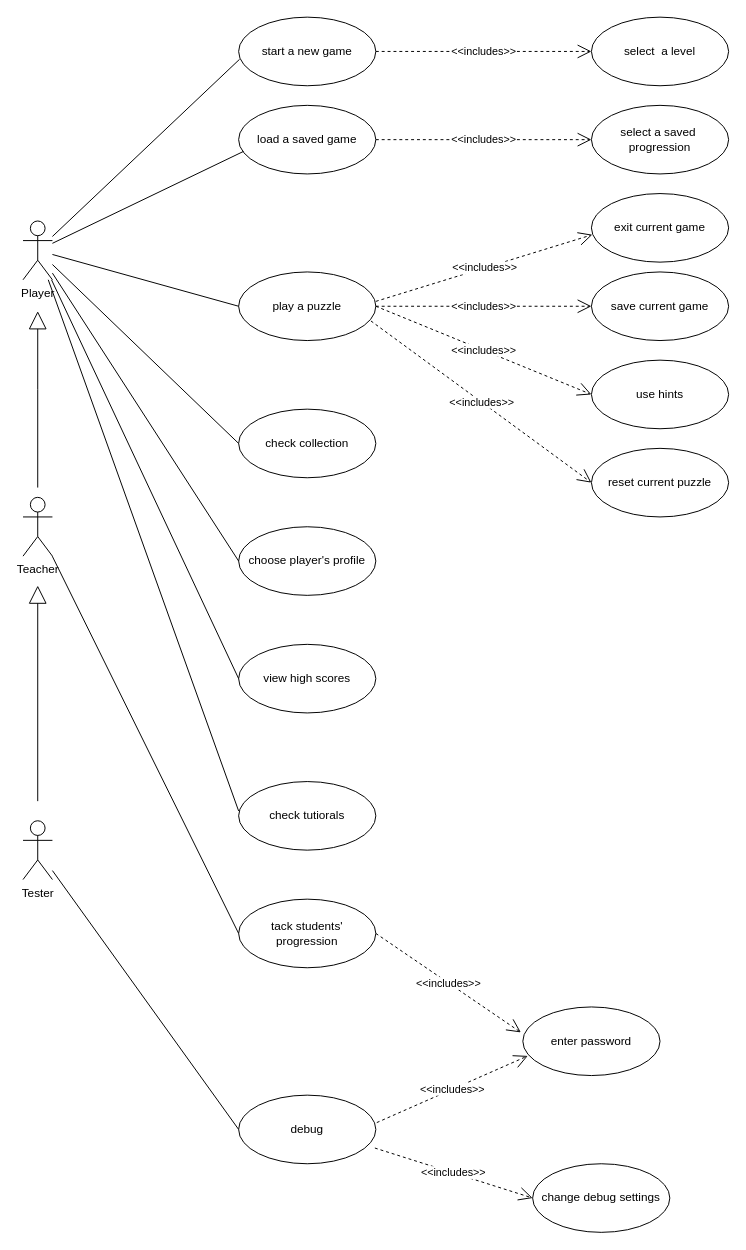
maxinimize/uml keeps this draw.io diagram as 未命名绘图.drawio. Above is the earlier version. Source tidied: cells renumbered, new cells numbered last; positions are measured from the earlier drawing's top-left corner, leaving out a move shared by most shapes. Both pictures are drawn from the tidied source at 98%, with x=0, y=0 at pixel (23, 17).
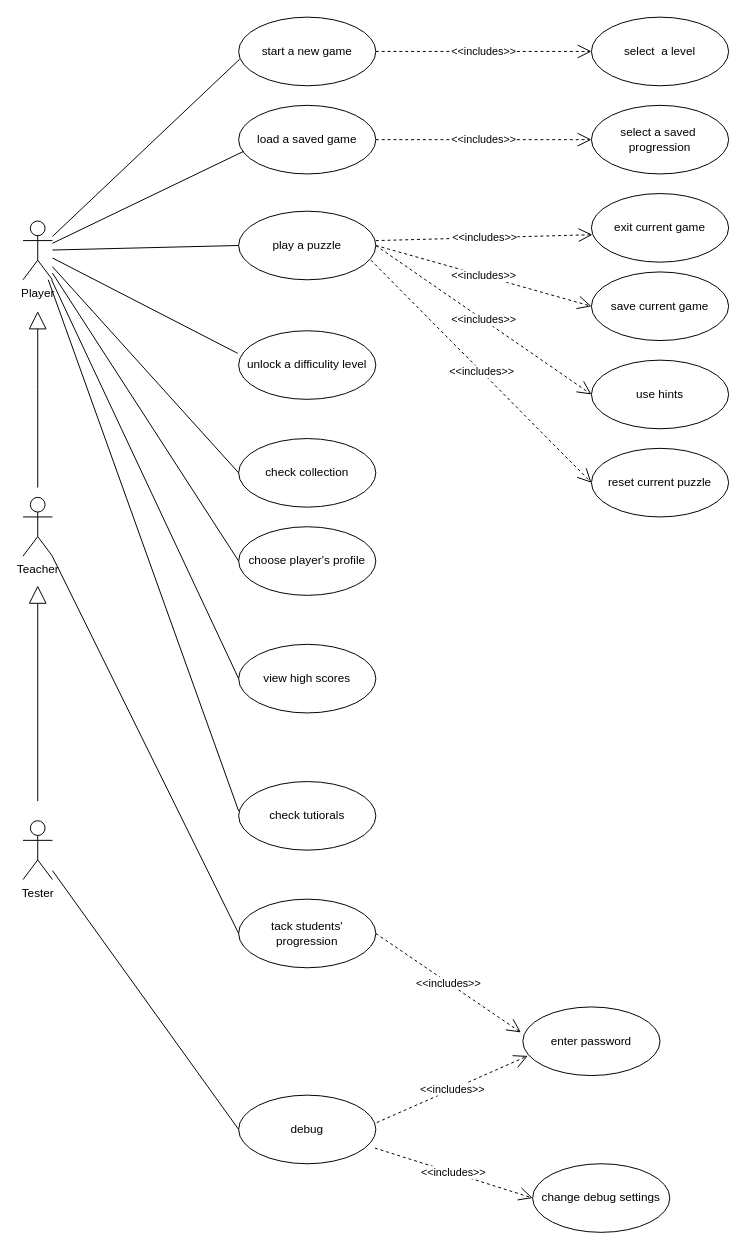
The same diagram, later.

Commit message:
更新未命名绘图.drawio

Unchanged cells that the change refers to:
```xml
<mxCell id="2" value="Player" style="shape=umlActor;verticalLabelPosition=bottom;verticalAlign=top;html=1;outlineConnect=0;" parent="1" vertex="1">
  <mxGeometry y="208" width="30" height="60" as="geometry" />
</mxCell>
```

The edit, as a diff of the source:
```diff
@@
     <mxCell id="6" value="check collection" style="ellipse;whiteSpace=wrap;html=1;" parent="1" vertex="1">
-      <mxGeometry x="220" y="400" width="140" height="70" as="geometry" />
+      <mxGeometry x="220" y="430" width="140" height="70" as="geometry" />
     </mxCell>
@@
     <mxCell id="31" value="play a puzzle" style="ellipse;whiteSpace=wrap;html=1;" parent="1" vertex="1">
-      <mxGeometry x="220" y="260" width="140" height="70" as="geometry" />
+      <mxGeometry x="220" y="198" width="140" height="70" as="geometry" />
     </mxCell>
@@
+    <mxCell id="42" value="unlock a difficulity level" style="ellipse;whiteSpace=wrap;html=1;" parent="1" vertex="1">
+      <mxGeometry x="220" y="320" width="140" height="70" as="geometry" />
+    </mxCell>
+    <mxCell id="43" style="endArrow=none;endSize=12;html=1;rounded=0;entryX=-0.007;entryY=0.329;entryDx=0;entryDy=0;endFill=0;entryPerimeter=0;" parent="1" edge="1" source="2" target="42">
+      <mxGeometry relative="1" as="geometry" />
+    </mxCell>
```
